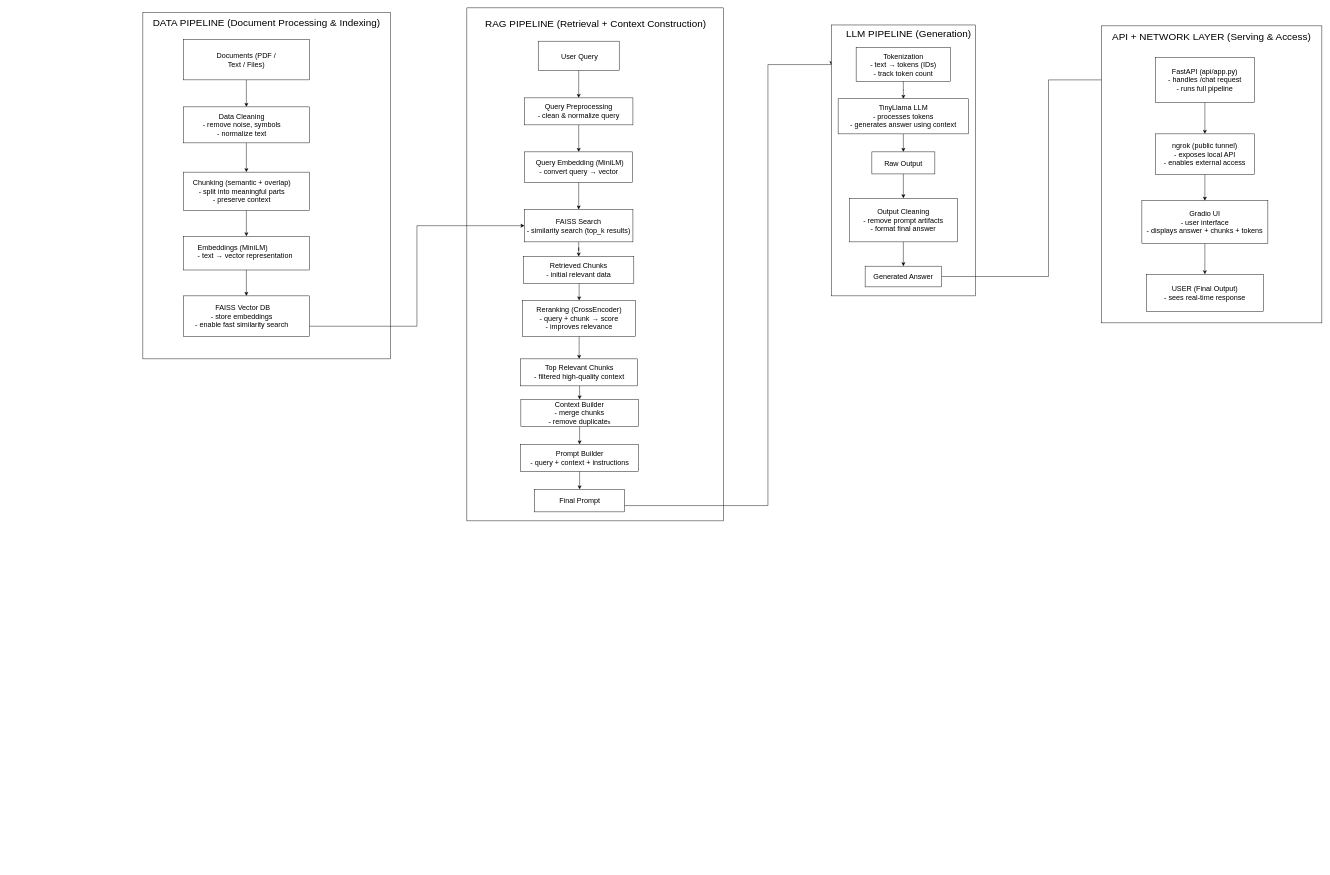
The draw.io diagram diagram.drawio in arun184527/Production-Grade-RAG-system, before the edit. Source tidied: cells renumbered, new cells numbered last; positions are measured from the earlier drawing's top-left corner, leaving out a move shared by most shapes. Both pictures are drawn from the tidied source at 45%, with x=0, y=0 at pixel (116, 8).
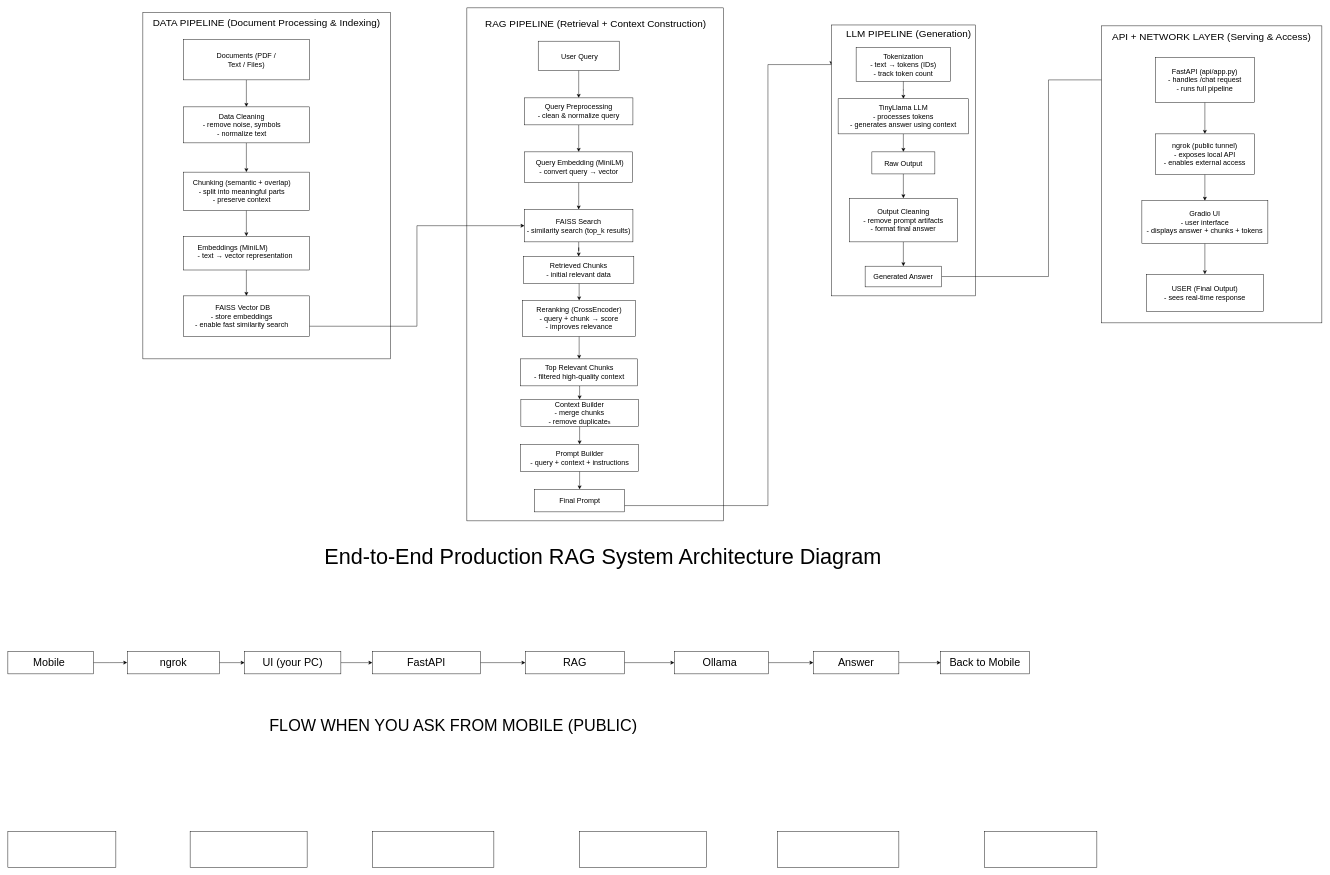
Above is the later version.

What changed in the source:
```diff
@@
+    <mxCell id="63" value="&lt;font style=&quot;font-size: 48px&quot;&gt;End-to-End Production RAG System Architecture Diagram&lt;/font&gt;" style="text;html=1;strokeColor=none;fillColor=none;align=center;verticalAlign=middle;whiteSpace=wrap;rounded=0;" parent="1" vertex="1">
+      <mxGeometry x="135" y="1159" width="1895" height="120" as="geometry" />
+    </mxCell>
+    <mxCell id="64" style="edgeStyle=orthogonalEdgeStyle;rounded=0;jettySize=auto;html=1;entryX=0;entryY=0.5;entryDx=0;entryDy=0;" parent="1" edge="1" source="65" target="67">
+      <mxGeometry relative="1" as="geometry" />
+    </mxCell>
+    <mxCell id="65" value="&lt;span style=&quot;font-size: 24px&quot;&gt;ngrok&lt;/span&gt;" style="rounded=0;whiteSpace=wrap;html=1;" parent="1" vertex="1">
+      <mxGeometry x="26" y="1430" width="204" height="50" as="geometry" />
+    </mxCell>
+    <mxCell id="66" style="edgeStyle=orthogonalEdgeStyle;rounded=0;jettySize=auto;html=1;exitX=1;exitY=0.5;exitDx=0;exitDy=0;entryX=0;entryY=0.5;entryDx=0;entryDy=0;" parent="1" edge="1" source="67" target="69">
+      <mxGeometry relative="1" as="geometry" />
+    </mxCell>
+    <mxCell id="67" value="&lt;span style=&quot;font-size: 24px&quot;&gt;UI (your PC)&lt;/span&gt;" style="rounded=0;whiteSpace=wrap;html=1;" parent="1" vertex="1">
+      <mxGeometry x="286" y="1430" width="214" height="50" as="geometry" />
+    </mxCell>
+    <mxCell id="68" style="edgeStyle=orthogonalEdgeStyle;rounded=0;jettySize=auto;html=1;exitX=1;exitY=0.5;exitDx=0;exitDy=0;" parent="1" edge="1" source="69" target="71">
+      <mxGeometry relative="1" as="geometry" />
+    </mxCell>
+    <mxCell id="69" value="&lt;span style=&quot;font-size: 24px&quot;&gt;FastAPI&lt;/span&gt;" style="rounded=0;whiteSpace=wrap;html=1;" parent="1" vertex="1">
+      <mxGeometry x="570" y="1430" width="240" height="50" as="geometry" />
+    </mxCell>
+    <mxCell id="70" style="edgeStyle=orthogonalEdgeStyle;rounded=0;jettySize=auto;html=1;exitX=1;exitY=0.5;exitDx=0;exitDy=0;entryX=0;entryY=0.5;entryDx=0;entryDy=0;" parent="1" edge="1" source="71" target="73">
+      <mxGeometry relative="1" as="geometry" />
+    </mxCell>
+    <mxCell id="71" value="&lt;span style=&quot;font-size: 24px&quot;&gt;RAG&lt;/span&gt;" style="rounded=0;whiteSpace=wrap;html=1;" parent="1" vertex="1">
+      <mxGeometry x="910" y="1430" width="220" height="50" as="geometry" />
+    </mxCell>
+    <mxCell id="72" style="edgeStyle=orthogonalEdgeStyle;rounded=0;jettySize=auto;html=1;exitX=1;exitY=0.5;exitDx=0;exitDy=0;entryX=0;entryY=0.5;entryDx=0;entryDy=0;" parent="1" edge="1" source="73" target="75">
+      <mxGeometry relative="1" as="geometry" />
+    </mxCell>
+    <mxCell id="73" value="&lt;span style=&quot;font-size: 24px&quot;&gt;Ollama&amp;nbsp;&lt;/span&gt;" style="rounded=0;whiteSpace=wrap;html=1;" parent="1" vertex="1">
+      <mxGeometry x="1241" y="1430" width="209" height="50" as="geometry" />
+    </mxCell>
+    <mxCell id="74" style="edgeStyle=orthogonalEdgeStyle;rounded=0;jettySize=auto;html=1;entryX=0;entryY=0.5;entryDx=0;entryDy=0;" parent="1" edge="1" source="75" target="76">
+      <mxGeometry relative="1" as="geometry" />
+    </mxCell>
+    <mxCell id="75" value="&lt;span style=&quot;font-size: 24px&quot;&gt;Answer&lt;/span&gt;" style="rounded=0;whiteSpace=wrap;html=1;" parent="1" vertex="1">
+      <mxGeometry x="1550" y="1430" width="190" height="50" as="geometry" />
+    </mxCell>
+    <mxCell id="76" value="&lt;span style=&quot;font-size: 24px&quot;&gt;Back to Mobile&lt;/span&gt;" style="rounded=0;whiteSpace=wrap;html=1;" parent="1" vertex="1">
+      <mxGeometry x="1833" y="1430" width="197" height="50" as="geometry" />
+    </mxCell>
+    <mxCell id="77" style="edgeStyle=orthogonalEdgeStyle;rounded=0;jettySize=auto;html=1;exitX=1;exitY=0.5;exitDx=0;exitDy=0;entryX=-0.004;entryY=0.498;entryDx=0;entryDy=0;entryPerimeter=0;" parent="1" edge="1" source="78" target="65">
+      <mxGeometry relative="1" as="geometry">
+        <Array as="points">
+          <mxPoint x="-15" y="1455" />
+        </Array>
+      </mxGeometry>
+    </mxCell>
+    <mxCell id="78" value="&lt;span style=&quot;font-size: 24px&quot;&gt;Mobile&amp;nbsp;&lt;/span&gt;" style="rounded=0;whiteSpace=wrap;html=1;" parent="1" vertex="1">
+      <mxGeometry x="-240" y="1430" width="190" height="50" as="geometry" />
+    </mxCell>
+    <mxCell id="79" value="&lt;font style=&quot;font-size: 36px&quot;&gt;FLOW WHEN YOU ASK FROM MOBILE (PUBLIC)&lt;/font&gt;" style="text;html=1;strokeColor=none;fillColor=none;align=center;verticalAlign=middle;whiteSpace=wrap;rounded=0;" parent="1" vertex="1">
+      <mxGeometry x="150" y="1550" width="1200" height="90" as="geometry" />
+    </mxCell>
+    <mxCell id="80" style="rounded=0;whiteSpace=wrap;html=1;" parent="1" vertex="1">
+      <mxGeometry x="165" y="1830" width="260" height="80" as="geometry" />
+    </mxCell>
+    <mxCell id="81" style="rounded=0;whiteSpace=wrap;html=1;" parent="1" vertex="1">
+      <mxGeometry x="570" y="1830" width="270" height="80" as="geometry" />
+    </mxCell>
+    <mxCell id="82" style="rounded=0;whiteSpace=wrap;html=1;" parent="1" vertex="1">
+      <mxGeometry x="1030.5" y="1830" width="282" height="80" as="geometry" />
+    </mxCell>
+    <mxCell id="83" style="rounded=0;whiteSpace=wrap;html=1;" parent="1" vertex="1">
+      <mxGeometry x="1470" y="1830" width="270" height="80" as="geometry" />
+    </mxCell>
+    <mxCell id="84" style="rounded=0;whiteSpace=wrap;html=1;" parent="1" vertex="1">
+      <mxGeometry x="-240" y="1830" width="240" height="80" as="geometry" />
+    </mxCell>
+    <mxCell id="85" style="rounded=0;whiteSpace=wrap;html=1;" parent="1" vertex="1">
+      <mxGeometry x="1930" y="1830" width="250" height="80" as="geometry" />
+    </mxCell>
```
